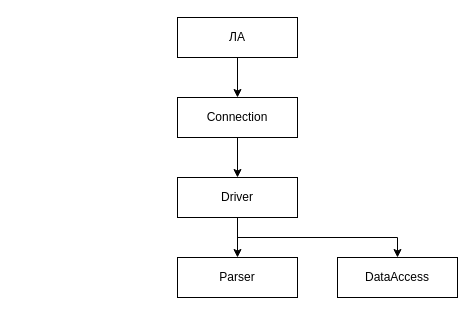
This is page "Страница-2" (2 of 2) of Пу-пу-пууу.drawio from EgoreTTa/DeviceManager, a draw.io file, before an edit. Source tidied: cells renumbered, new cells numbered last; positions are measured from the earlier drawing's top-left corner, leaving out a move shared by most shapes. Both pictures are drawn from the tidied source at 100%, with x=0, y=0 at pixel (177, 17).
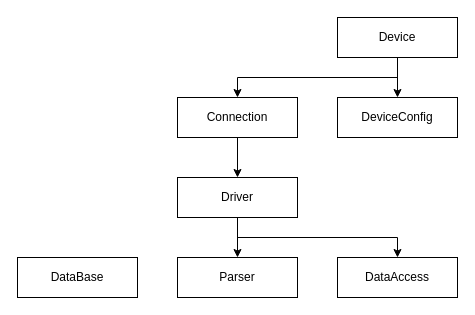
Above is the later version.

Change to the diagram source:
```diff
@@
 <mxGraphModel>
   <root>
     <mxCell id="0" />
     <mxCell id="1" parent="0" />
-    <mxCell id="2" style="edgeStyle=orthogonalEdgeStyle;rounded=0;jettySize=auto;html=1;exitX=0.5;exitY=1;exitDx=0;exitDy=0;entryX=0.5;entryY=0;entryDx=0;entryDy=0;" parent="1" edge="1" source="3" target="5">
-      <mxGeometry relative="1" as="geometry" />
-    </mxCell>
-    <mxCell id="3" value="ЛА" style="rounded=0;whiteSpace=wrap;html=1;" parent="1" vertex="1">
-      <mxGeometry width="120" height="40" as="geometry" />
-    </mxCell>
     <mxCell id="4" style="edgeStyle=orthogonalEdgeStyle;rounded=0;jettySize=auto;html=1;exitX=0.5;exitY=1;exitDx=0;exitDy=0;entryX=0.5;entryY=0;entryDx=0;entryDy=0;" parent="1" edge="1" source="5" target="8">
       <mxGeometry relative="1" as="geometry" />
     </mxCell>
     <mxCell id="5" value="Connection" style="rounded=0;whiteSpace=wrap;html=1;" parent="1" vertex="1">
       <mxGeometry y="80" width="120" height="40" as="geometry" />
     </mxCell>
     <mxCell id="6" style="edgeStyle=orthogonalEdgeStyle;rounded=0;jettySize=auto;html=1;exitX=0.5;exitY=1;exitDx=0;exitDy=0;entryX=0.5;entryY=0;entryDx=0;entryDy=0;jumpStyle=line;" parent="1" edge="1" source="8" target="9">
       <mxGeometry relative="1" as="geometry" />
     </mxCell>
     <mxCell id="7" style="edgeStyle=orthogonalEdgeStyle;rounded=0;jettySize=auto;html=1;exitX=0.5;exitY=1;exitDx=0;exitDy=0;entryX=0.5;entryY=0;entryDx=0;entryDy=0;jumpStyle=line;" parent="1" edge="1" source="8" target="10">
       <mxGeometry relative="1" as="geometry" />
     </mxCell>
     <mxCell id="8" value="Driver" style="rounded=0;whiteSpace=wrap;html=1;" parent="1" vertex="1">
       <mxGeometry y="160" width="120" height="40" as="geometry" />
     </mxCell>
     <mxCell id="9" value="Parser" style="rounded=0;whiteSpace=wrap;html=1;" parent="1" vertex="1">
       <mxGeometry y="240" width="120" height="40" as="geometry" />
     </mxCell>
     <mxCell id="10" value="DataAccess" style="rounded=0;whiteSpace=wrap;html=1;" parent="1" vertex="1">
       <mxGeometry x="160" y="240" width="120" height="40" as="geometry" />
     </mxCell>
+    <mxCell id="11" value="DataBase" style="rounded=0;whiteSpace=wrap;html=1;" parent="1" vertex="1">
+      <mxGeometry x="-160" y="240" width="120" height="40" as="geometry" />
+    </mxCell>
+    <mxCell id="12" style="edgeStyle=orthogonalEdgeStyle;rounded=0;jettySize=auto;html=1;exitX=0.5;exitY=1;exitDx=0;exitDy=0;entryX=0.5;entryY=0;entryDx=0;entryDy=0;" parent="1" edge="1" source="14" target="15">
+      <mxGeometry relative="1" as="geometry" />
+    </mxCell>
+    <mxCell id="13" style="edgeStyle=orthogonalEdgeStyle;rounded=0;jettySize=auto;html=1;exitX=0.5;exitY=1;exitDx=0;exitDy=0;entryX=0.5;entryY=0;entryDx=0;entryDy=0;" parent="1" edge="1" source="14" target="5">
+      <mxGeometry relative="1" as="geometry" />
+    </mxCell>
+    <mxCell id="14" value="Device" style="rounded=0;whiteSpace=wrap;html=1;" parent="1" vertex="1">
+      <mxGeometry x="160" width="120" height="40" as="geometry" />
+    </mxCell>
+    <mxCell id="15" value="DeviceConfig" style="rounded=0;whiteSpace=wrap;html=1;" parent="1" vertex="1">
+      <mxGeometry x="160" y="80" width="120" height="40" as="geometry" />
+    </mxCell>
   </root>
 </mxGraphModel>
```
